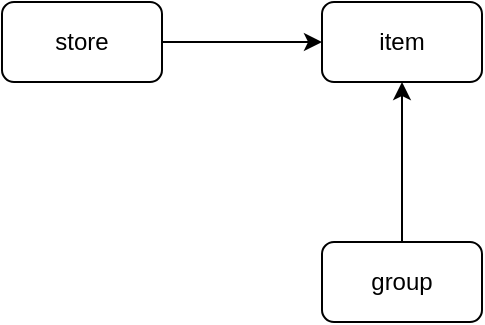
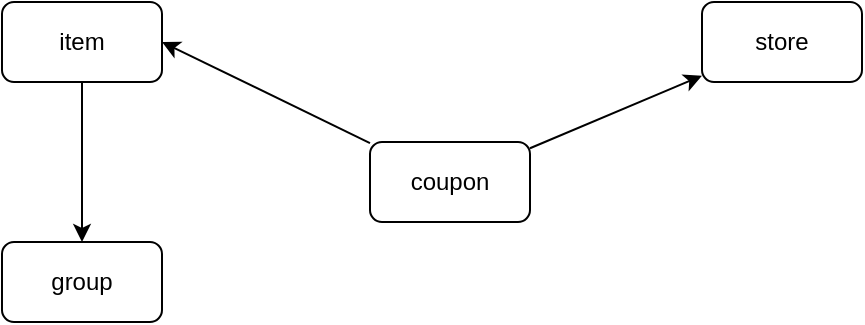
<mxfile host="65bd71144e">
    <diagram id="T5hCtCXMuVwDY5burSEn" name="Page-1">
        <mxGraphModel dx="1116" dy="401" grid="1" gridSize="10" guides="1" tooltips="1" connect="1" arrows="1" fold="1" page="1" pageScale="1" pageWidth="827" pageHeight="1169" math="0" shadow="0">
            <root>
                <mxCell id="0"/>
                <mxCell id="1" parent="0"/>
-                 <mxCell id="6" style="edgeStyle=none;html=1;entryX=0;entryY=0.5;entryDx=0;entryDy=0;" edge="1" parent="1" source="3" target="4">
+                 <mxCell id="3" value="store" style="rounded=1;whiteSpace=wrap;html=1;" parent="1" vertex="1">
+                     <mxGeometry x="580" y="50" width="80" height="40" as="geometry"/>
+                 </mxCell>
+                 <mxCell id="12" style="edgeStyle=none;html=1;" edge="1" parent="1" source="4" target="5">
                    <mxGeometry relative="1" as="geometry"/>
                </mxCell>
-                 <mxCell id="3" value="store" style="rounded=1;whiteSpace=wrap;html=1;" vertex="1" parent="1">
-                     <mxGeometry x="70" y="50" width="80" height="40" as="geometry"/>
-                 </mxCell>
-                 <mxCell id="4" value="item" style="rounded=1;whiteSpace=wrap;html=1;" vertex="1" parent="1">
+                 <mxCell id="4" value="item" style="rounded=1;whiteSpace=wrap;html=1;" parent="1" vertex="1">
                    <mxGeometry x="230" y="50" width="80" height="40" as="geometry"/>
                </mxCell>
-                 <mxCell id="7" style="edgeStyle=none;html=1;entryX=0.5;entryY=1;entryDx=0;entryDy=0;" edge="1" parent="1" source="5" target="4">
+                 <mxCell id="5" value="group" style="rounded=1;whiteSpace=wrap;html=1;" parent="1" vertex="1">
+                     <mxGeometry x="230" y="170" width="80" height="40" as="geometry"/>
+                 </mxCell>
+                 <mxCell id="9" style="edgeStyle=none;html=1;entryX=1;entryY=0.5;entryDx=0;entryDy=0;" edge="1" parent="1" source="8" target="4">
                    <mxGeometry relative="1" as="geometry"/>
                </mxCell>
-                 <mxCell id="5" value="group" style="rounded=1;whiteSpace=wrap;html=1;" vertex="1" parent="1">
-                     <mxGeometry x="230" y="170" width="80" height="40" as="geometry"/>
+                 <mxCell id="10" style="edgeStyle=none;html=1;" edge="1" parent="1" source="8" target="3">
+                     <mxGeometry relative="1" as="geometry"/>
+                 </mxCell>
+                 <mxCell id="8" value="coupon" style="rounded=1;whiteSpace=wrap;html=1;" vertex="1" parent="1">
+                     <mxGeometry x="414" y="120" width="80" height="40" as="geometry"/>
                </mxCell>
            </root>
        </mxGraphModel>
    </diagram>
</mxfile>